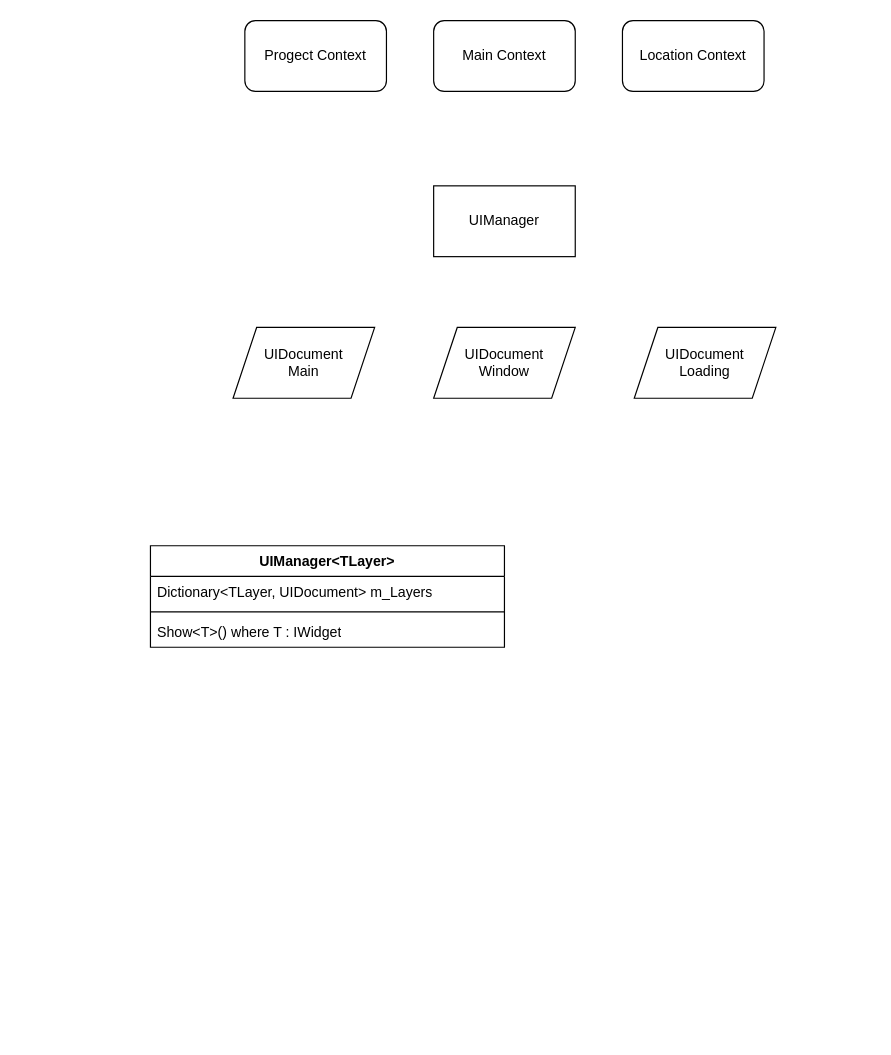
Before: page "UI manager" (6 of 11) of Docs/Input.drawio in merlin-fs/ShipGuard, a draw.io diagram. Source tidied: cells renumbered, new cells numbered last; positions are measured from the earlier drawing's top-left corner, leaving out a move shared by most shapes. Both pictures are drawn from the tidied source at 118%, with x=0, y=0 at pixel (150, 20).
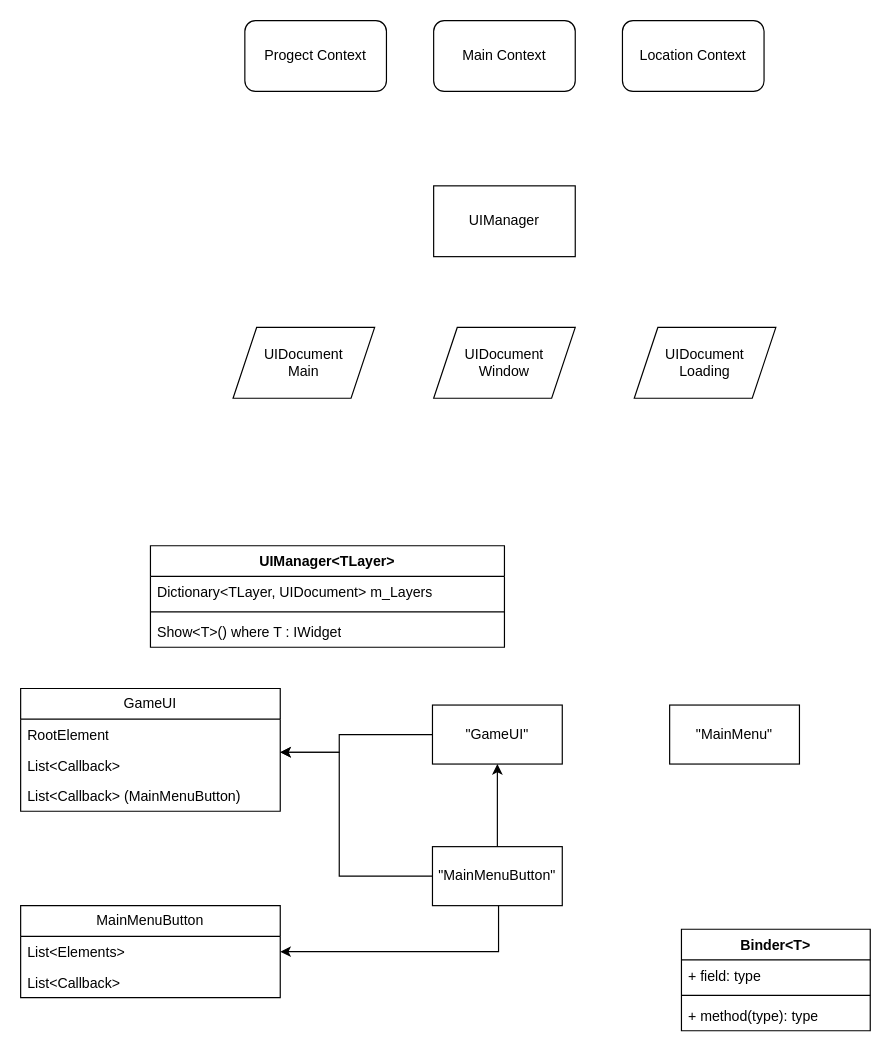
Above is the later version.

What changed in the source:
```diff
@@
+    <mxCell id="13" value="Binder&amp;lt;T&amp;gt;" style="swimlane;fontStyle=1;align=center;verticalAlign=top;horizontal=1;startSize=26;whiteSpace=wrap;html=1;" parent="1" vertex="1">
+      <mxGeometry x="450" y="770" width="160" height="86" as="geometry" />
+    </mxCell>
+    <mxCell id="14" value="+ field: type" style="text;strokeColor=none;fillColor=none;align=left;verticalAlign=top;spacingLeft=4;spacingRight=4;overflow=hidden;whiteSpace=wrap;html=1;" parent="13" vertex="1">
+      <mxGeometry y="26" width="160" height="26" as="geometry" />
+    </mxCell>
+    <mxCell id="15" style="line;strokeWidth=1;fillColor=none;align=left;verticalAlign=middle;spacingTop=-1;spacingLeft=3;spacingRight=3;labelPosition=right;strokeColor=inherit;" parent="13" vertex="1">
+      <mxGeometry y="52" width="160" height="8" as="geometry" />
+    </mxCell>
+    <mxCell id="16" value="+ method(type): type" style="text;strokeColor=none;fillColor=none;align=left;verticalAlign=top;spacingLeft=4;spacingRight=4;overflow=hidden;whiteSpace=wrap;html=1;" parent="13" vertex="1">
+      <mxGeometry y="60" width="160" height="26" as="geometry" />
+    </mxCell>
+    <mxCell id="17" style="edgeStyle=orthogonalEdgeStyle;rounded=0;jettySize=auto;html=1;exitX=0;exitY=0.5;exitDx=0;exitDy=0;" parent="1" edge="1" source="18" target="24">
+      <mxGeometry relative="1" as="geometry">
+        <Array as="points">
+          <mxPoint x="160" y="605" />
+          <mxPoint x="160" y="620" />
+        </Array>
+      </mxGeometry>
+    </mxCell>
+    <mxCell id="18" value="&quot;GameUI&lt;span style=&quot;background-color: initial;&quot;&gt;&quot;&lt;/span&gt;" style="html=1;whiteSpace=wrap;" parent="1" vertex="1">
+      <mxGeometry x="239" y="580" width="110" height="50" as="geometry" />
+    </mxCell>
+    <mxCell id="19" style="edgeStyle=orthogonalEdgeStyle;rounded=0;jettySize=auto;html=1;" parent="1" edge="1" source="22" target="24">
+      <mxGeometry relative="1" as="geometry">
+        <Array as="points">
+          <mxPoint x="160" y="725" />
+          <mxPoint x="160" y="620" />
+        </Array>
+      </mxGeometry>
+    </mxCell>
+    <mxCell id="20" style="edgeStyle=orthogonalEdgeStyle;rounded=0;jettySize=auto;html=1;" parent="1" edge="1" source="22" target="28">
+      <mxGeometry relative="1" as="geometry">
+        <Array as="points">
+          <mxPoint x="295" y="789" />
+        </Array>
+      </mxGeometry>
+    </mxCell>
+    <mxCell id="21" style="edgeStyle=orthogonalEdgeStyle;rounded=0;jettySize=auto;html=1;" parent="1" edge="1" source="22" target="18">
+      <mxGeometry relative="1" as="geometry" />
+    </mxCell>
+    <mxCell id="22" value="&quot;MainMenuButton&lt;span style=&quot;background-color: initial;&quot;&gt;&quot;&lt;/span&gt;" style="html=1;whiteSpace=wrap;" parent="1" vertex="1">
+      <mxGeometry x="239" y="700" width="110" height="50" as="geometry" />
+    </mxCell>
+    <mxCell id="23" value="&quot;MainMenu&lt;span style=&quot;background-color: initial;&quot;&gt;&quot;&lt;/span&gt;" style="html=1;whiteSpace=wrap;" parent="1" vertex="1">
+      <mxGeometry x="440" y="580" width="110" height="50" as="geometry" />
+    </mxCell>
+    <mxCell id="24" value="GameUI" style="swimlane;fontStyle=0;horizontal=1;startSize=26;fillColor=none;whiteSpace=wrap;html=1;" parent="1" vertex="1">
+      <mxGeometry x="-110" y="566" width="220" height="104" as="geometry" />
+    </mxCell>
+    <mxCell id="25" value="RootElement" style="text;strokeColor=none;fillColor=none;align=left;verticalAlign=top;spacingLeft=4;spacingRight=4;overflow=hidden;whiteSpace=wrap;html=1;" parent="24" vertex="1">
+      <mxGeometry y="26" width="220" height="26" as="geometry" />
+    </mxCell>
+    <mxCell id="26" value="List&amp;lt;Callback&amp;gt;" style="text;strokeColor=none;fillColor=none;align=left;verticalAlign=top;spacingLeft=4;spacingRight=4;overflow=hidden;whiteSpace=wrap;html=1;" parent="24" vertex="1">
+      <mxGeometry y="52" width="220" height="26" as="geometry" />
+    </mxCell>
+    <mxCell id="27" value="List&amp;lt;Callback&amp;gt; (MainMenuButton)" style="text;strokeColor=none;fillColor=none;align=left;verticalAlign=top;spacingLeft=4;spacingRight=4;overflow=hidden;whiteSpace=wrap;html=1;" parent="24" vertex="1">
+      <mxGeometry y="78" width="220" height="26" as="geometry" />
+    </mxCell>
+    <mxCell id="28" value="MainMenuButton" style="swimlane;fontStyle=0;horizontal=1;startSize=26;fillColor=none;whiteSpace=wrap;html=1;" parent="1" vertex="1">
+      <mxGeometry x="-110" y="750" width="220" height="78" as="geometry" />
+    </mxCell>
+    <mxCell id="29" value="List&amp;lt;Elements&amp;gt;" style="text;strokeColor=none;fillColor=none;align=left;verticalAlign=top;spacingLeft=4;spacingRight=4;overflow=hidden;whiteSpace=wrap;html=1;" parent="28" vertex="1">
+      <mxGeometry y="26" width="220" height="26" as="geometry" />
+    </mxCell>
+    <mxCell id="30" value="List&amp;lt;Callback&amp;gt;" style="text;strokeColor=none;fillColor=none;align=left;verticalAlign=top;spacingLeft=4;spacingRight=4;overflow=hidden;whiteSpace=wrap;html=1;" parent="28" vertex="1">
+      <mxGeometry y="52" width="220" height="26" as="geometry" />
+    </mxCell>
```
